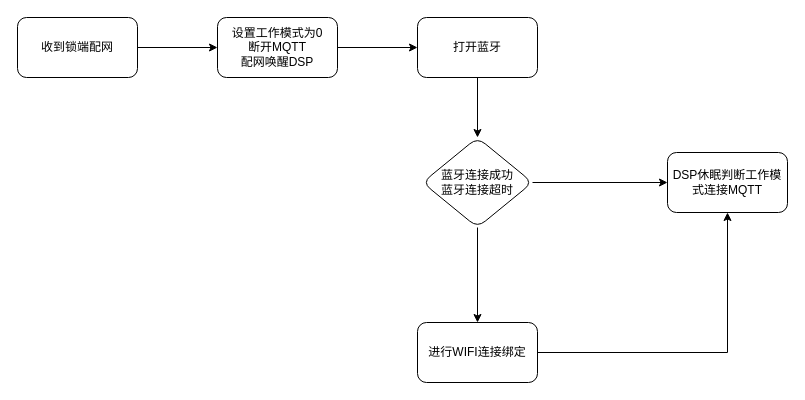
Earlier version of the draw.io diagram 配网.drawio (wsdmzz/drawio-desktop). Source tidied: cells renumbered, new cells numbered last; positions are measured from the earlier drawing's top-left corner, leaving out a move shared by most shapes. Both pictures are drawn from the tidied source at 100%, with x=0, y=0 at pixel (17, 17).
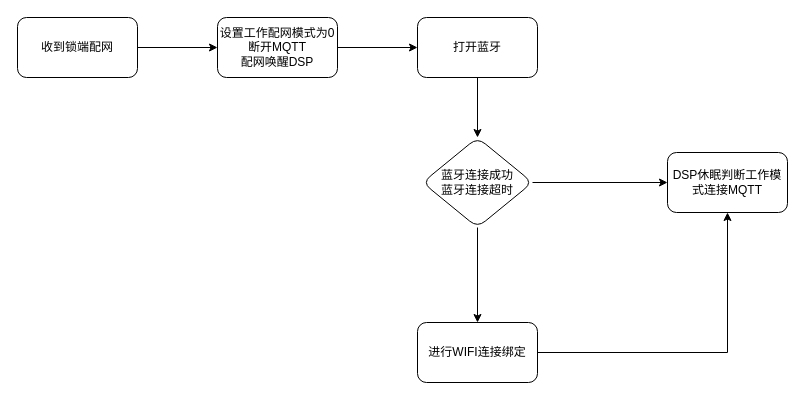
After the change.

Change to the diagram source:
```diff
@@
 <mxGraphModel>
   <root>
     <mxCell id="0" />
     <mxCell id="1" parent="0" />
     <mxCell id="2" style="edgeStyle=orthogonalEdgeStyle;rounded=0;jettySize=auto;html=1;" parent="1" edge="1" source="3" target="5">
       <mxGeometry relative="1" as="geometry" />
     </mxCell>
     <mxCell id="3" value="收到锁端配网" style="rounded=1;whiteSpace=wrap;html=1;" parent="1" vertex="1">
       <mxGeometry width="120" height="60" as="geometry" />
     </mxCell>
     <mxCell id="4" style="edgeStyle=orthogonalEdgeStyle;rounded=0;jettySize=auto;html=1;" parent="1" edge="1" source="5" target="7">
       <mxGeometry relative="1" as="geometry" />
     </mxCell>
-    <mxCell id="5" value="&lt;font&gt;设置工作模式为0&lt;br&gt;断开MQTT&lt;br&gt;配网唤醒DSP&lt;br&gt;&lt;/font&gt;" style="rounded=1;whiteSpace=wrap;html=1;" parent="1" vertex="1">
+    <mxCell id="5" value="&lt;font&gt;设置工作配网模式为0&lt;br&gt;断开MQTT&lt;br&gt;配网唤醒DSP&lt;br&gt;&lt;/font&gt;" style="rounded=1;whiteSpace=wrap;html=1;" parent="1" vertex="1">
       <mxGeometry x="200" width="120" height="60" as="geometry" />
     </mxCell>
     <mxCell id="6" style="edgeStyle=orthogonalEdgeStyle;rounded=0;jettySize=auto;html=1;" parent="1" edge="1" source="7" target="10">
       <mxGeometry relative="1" as="geometry" />
     </mxCell>
     <mxCell id="7" value="打开蓝牙" style="rounded=1;whiteSpace=wrap;html=1;" parent="1" vertex="1">
       <mxGeometry x="400" width="120" height="60" as="geometry" />
     </mxCell>
     <mxCell id="8" style="edgeStyle=orthogonalEdgeStyle;rounded=0;jettySize=auto;html=1;" parent="1" edge="1" source="10" target="11">
       <mxGeometry relative="1" as="geometry" />
     </mxCell>
     <mxCell id="9" style="edgeStyle=orthogonalEdgeStyle;rounded=0;jettySize=auto;html=1;" parent="1" edge="1" source="10" target="13">
       <mxGeometry relative="1" as="geometry" />
     </mxCell>
     <mxCell id="10" value="蓝牙连接成功&lt;br style=&quot;border-color: var(--border-color);&quot;&gt;&lt;font style=&quot;border-color: var(--border-color);&quot;&gt;蓝牙连接超时&lt;/font&gt;" style="rhombus;whiteSpace=wrap;html=1;rounded=1;" parent="1" vertex="1">
       <mxGeometry x="405" y="120" width="110" height="90" as="geometry" />
     </mxCell>
     <mxCell id="11" value="DSP休眠判断工作模式连接MQTT" style="whiteSpace=wrap;html=1;rounded=1;" parent="1" vertex="1">
       <mxGeometry x="650" y="135" width="120" height="60" as="geometry" />
     </mxCell>
     <mxCell id="12" style="edgeStyle=orthogonalEdgeStyle;rounded=0;jettySize=auto;html=1;entryX=0.5;entryY=1;entryDx=0;entryDy=0;" parent="1" edge="1" source="13" target="11">
       <mxGeometry relative="1" as="geometry" />
     </mxCell>
     <mxCell id="13" value="进行WIFI连接绑定" style="rounded=1;whiteSpace=wrap;html=1;" parent="1" vertex="1">
       <mxGeometry x="400" y="305" width="120" height="60" as="geometry" />
     </mxCell>
   </root>
 </mxGraphModel>
```
